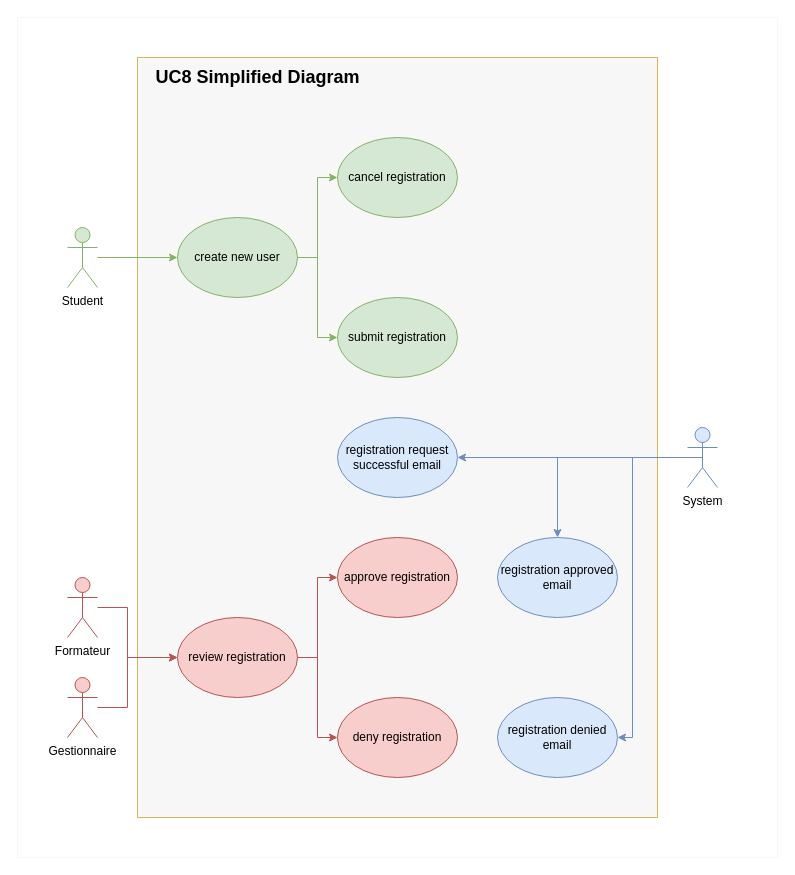
The draw.io diagram docs/use-cases/diagrams/uc8-simplified.drawio in F-Baker/montblanc, before the edit. Source tidied: cells renumbered, new cells numbered last; positions are measured from the earlier drawing's top-left corner, leaving out a move shared by most shapes. Both pictures are drawn from the tidied source at 100%, with x=0, y=0 at pixel (17, 17).
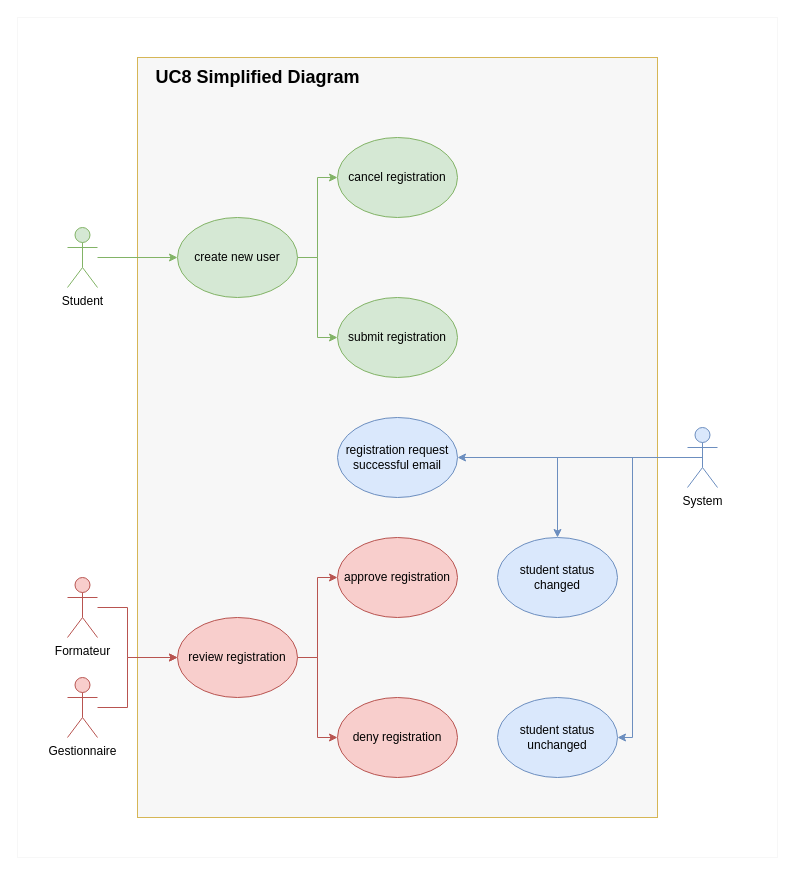
The same diagram, later.

The edit, as a diff of the source:
```diff
@@
-    <mxCell id="25" value="registration approved&lt;br&gt;email" style="ellipse;whiteSpace=wrap;html=1;fillColor=#dae8fc;strokeColor=#6c8ebf;" parent="1" vertex="1">
+    <mxCell id="25" value="student status changed" style="ellipse;whiteSpace=wrap;html=1;fillColor=#dae8fc;strokeColor=#6c8ebf;" parent="1" vertex="1">
       <mxGeometry x="480" y="520" width="120" height="80" as="geometry" />
     </mxCell>
-    <mxCell id="26" value="registration denied email" style="ellipse;whiteSpace=wrap;html=1;fillColor=#dae8fc;strokeColor=#6c8ebf;" parent="1" vertex="1">
+    <mxCell id="26" value="student status unchanged" style="ellipse;whiteSpace=wrap;html=1;fillColor=#dae8fc;strokeColor=#6c8ebf;" parent="1" vertex="1">
       <mxGeometry x="480" y="680" width="120" height="80" as="geometry" />
     </mxCell>
```
